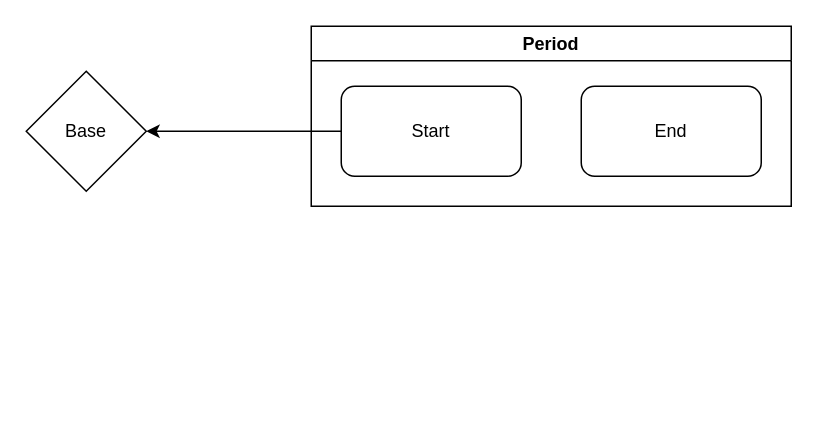
Above: page "Page-1" (1 of 2) of model/app.gen/test-semantic-mapping/semantic-mapping.drawio in Nasdanika/html (draw.io), before the change. Source tidied: cells renumbered, new cells numbered last; positions are measured from the earlier drawing's top-left corner, leaving out a move shared by most shapes. Both pictures are drawn from the tidied source at 150%, with x=0, y=0 at pixel (26, 26).
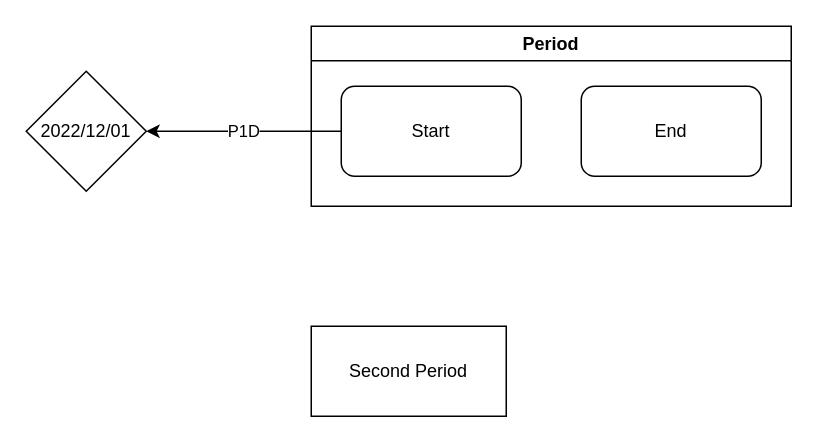
After the change.

Change to the diagram source:
```diff
@@
 <mxGraphModel>
   <root>
     <mxCell id="0" />
     <mxCell id="1" parent="0" />
     <mxCell id="2" value="Period" style="swimlane;" parent="1" vertex="1">
       <mxGeometry x="190" width="320" height="120" as="geometry" />
     </mxCell>
     <mxCell id="3" value="Start" style="rounded=1;whiteSpace=wrap;html=1;" parent="2" vertex="1">
       <mxGeometry x="20" y="40" width="120" height="60" as="geometry" />
     </mxCell>
     <mxCell id="4" value="End" style="rounded=1;whiteSpace=wrap;html=1;" parent="2" vertex="1">
       <mxGeometry x="180" y="40" width="120" height="60" as="geometry" />
     </mxCell>
-    <mxCell id="5" value="Base" style="rhombus;whiteSpace=wrap;html=1;" parent="1" vertex="1">
+    <mxCell id="5" value="2022/12/01" style="rhombus;whiteSpace=wrap;html=1;" parent="1" vertex="1">
       <mxGeometry y="30" width="80" height="80" as="geometry" />
     </mxCell>
-    <mxCell id="6" style="edgeStyle=orthogonalEdgeStyle;rounded=0;jettySize=auto;html=1;" parent="1" edge="1" source="3" target="5">
+    <mxCell id="6" value="P1D" style="edgeStyle=orthogonalEdgeStyle;rounded=0;jettySize=auto;html=1;" parent="1" edge="1" source="3" target="5">
       <mxGeometry relative="1" as="geometry" />
     </mxCell>
+    <mxCell id="7" value="Second Period" style="rounded=0;whiteSpace=wrap;html=1;" parent="1" vertex="1">
+      <mxGeometry x="190" y="200" width="130" height="60" as="geometry" />
+    </mxCell>
   </root>
 </mxGraphModel>
```
